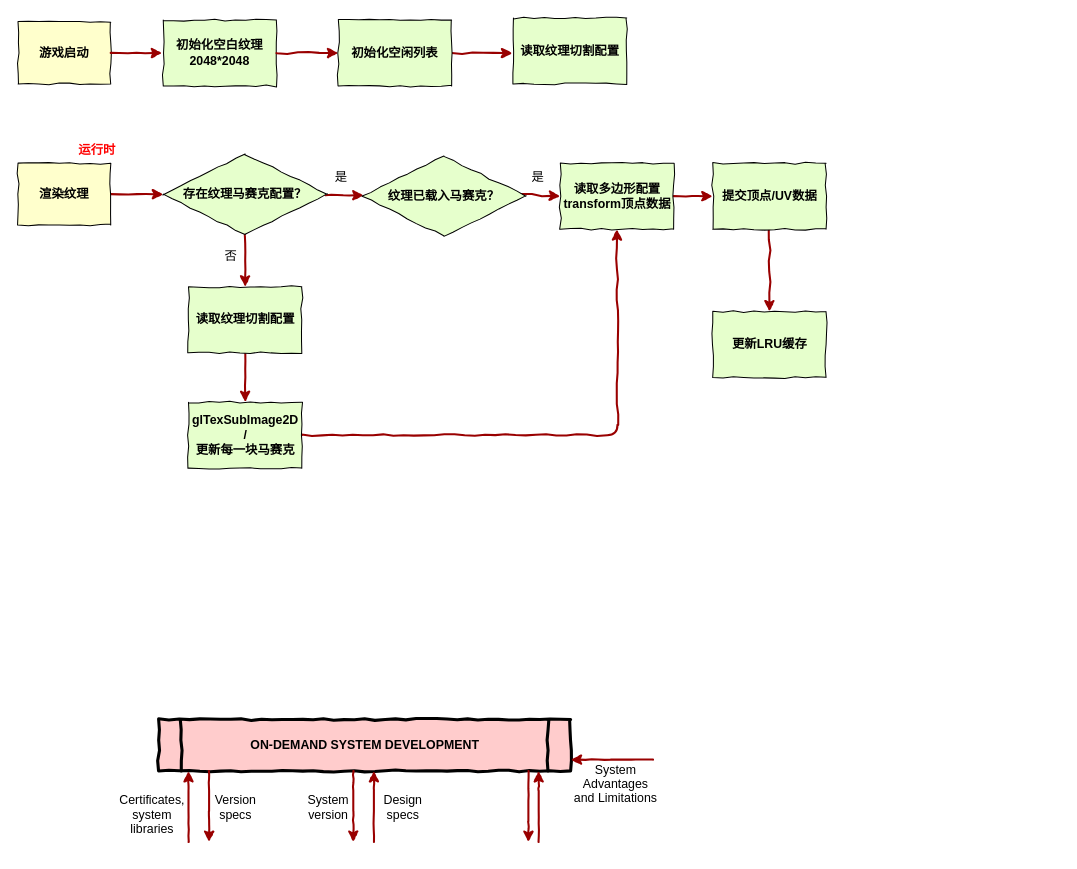
This is Untitled Diagram.drawio from imzoer/imzoer.github.io, a draw.io file, before an edit. Source tidied: cells renumbered, new cells numbered last; positions are measured from the earlier drawing's top-left corner, leaving out a move shared by most shapes. Both pictures are drawn from the tidied source at 103%, with x=0, y=0 at pixel (18, 18).
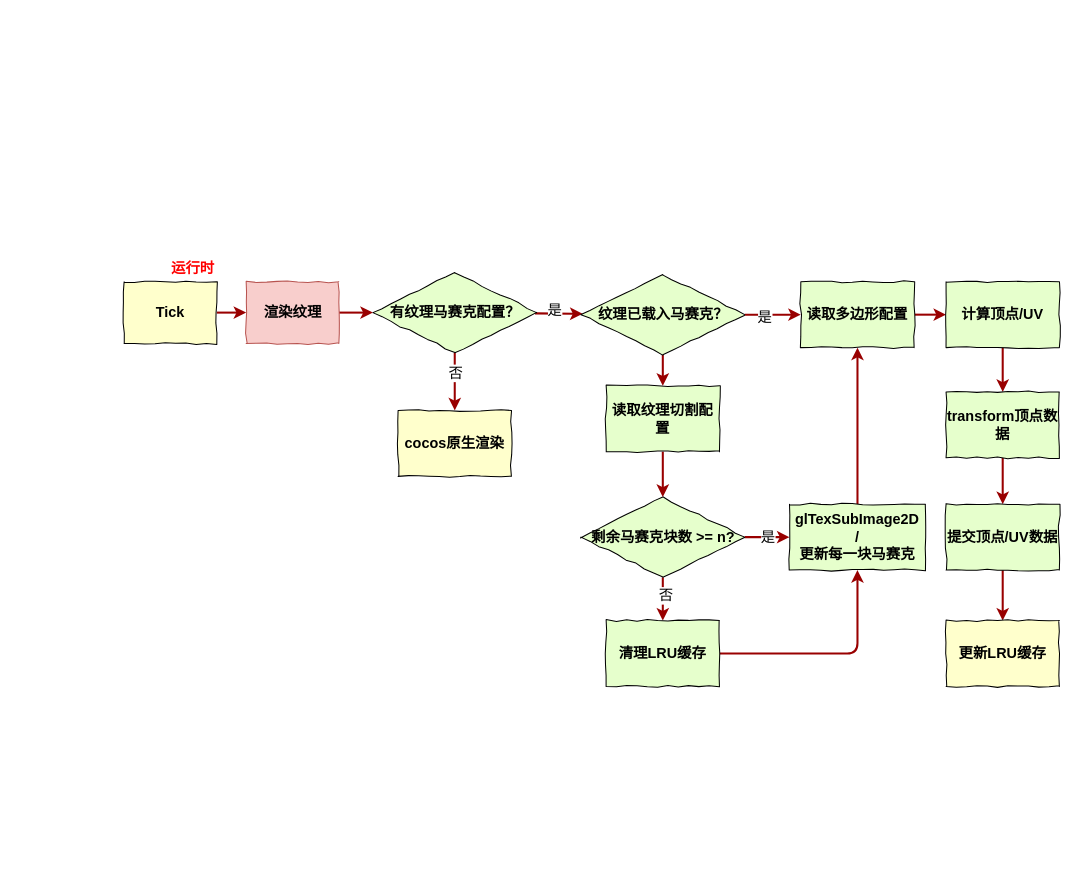
The same page after the edit.

What changed in the source:
```diff
@@
-    <mxCell id="2" value="初始化空白纹理&#10;2048*2048" style="rounded=0;shadow=0;comic=1;strokeColor=#000000;strokeWidth=1;fillColor=#ffffff;fontColor=#000000;fillColor=#E6FFCC;comic=1;fontStyle=1;whiteSpace=wrap;" parent="1" vertex="1">
-      <mxGeometry x="141" y="2" width="110" height="64" as="geometry" />
-    </mxCell>
-    <mxCell id="3" value="游戏启动" style="whiteSpace=wrap;align=center;verticalAlign=middle;fontStyle=1;strokeWidth=1;fillColor=#FFFFCC;comic=1;" parent="1" vertex="1">
-      <mxGeometry y="4" width="90" height="60" as="geometry" />
-    </mxCell>
-    <mxCell id="4" value="ON-DEMAND SYSTEM DEVELOPMENT" style="shape=process;whiteSpace=wrap;align=center;verticalAlign=middle;size=0.055;fontStyle=1;strokeWidth=3;fillColor=#FFCCCC;comic=1;" parent="1" vertex="1">
-      <mxGeometry x="136.5" y="681" width="400" height="50" as="geometry" />
-    </mxCell>
-    <mxCell id="5" style="edgeStyle=none;noEdgeStyle=1;strokeColor=#990000;strokeWidth=2;comic=1;" parent="1" edge="1" source="3">
-      <mxGeometry relative="1" as="geometry">
-        <mxPoint x="140" y="34" as="targetPoint" />
-      </mxGeometry>
-    </mxCell>
-    <mxCell id="6" style="edgeStyle=elbowEdgeStyle;elbow=vertical;strokeColor=#990000;strokeWidth=2;comic=1;" parent="1" edge="1" target="4">
-      <mxGeometry relative="1" as="geometry">
-        <mxPoint x="616.5" y="720" as="sourcePoint" />
-        <Array as="points">
-          <mxPoint x="585.5" y="720" />
-        </Array>
-      </mxGeometry>
-    </mxCell>
-    <mxCell id="7" value="System &#10;Advantages &#10;and Limitations" style="text;spacingTop=-5;align=center;comic=1;" parent="1" vertex="1">
-      <mxGeometry x="565.5" y="721" width="30" height="20" as="geometry" />
-    </mxCell>
-    <mxCell id="8" style="edgeStyle=elbowEdgeStyle;elbow=horizontal;strokeColor=#990000;strokeWidth=2;comic=1;" parent="1" edge="1" target="4">
-      <mxGeometry relative="1" as="geometry">
-        <mxPoint x="505.5" y="800" as="sourcePoint" />
-        <Array as="points">
-          <mxPoint x="505.5" y="760" />
-        </Array>
-      </mxGeometry>
-    </mxCell>
-    <mxCell id="9" style="edgeStyle=elbowEdgeStyle;elbow=horizontal;strokeColor=#990000;strokeWidth=2;comic=1;" parent="1" edge="1" source="4">
-      <mxGeometry relative="1" as="geometry">
-        <mxPoint x="495.5" y="800" as="targetPoint" />
-        <Array as="points">
-          <mxPoint x="495.5" y="770" />
-        </Array>
-      </mxGeometry>
-    </mxCell>
-    <mxCell id="10" style="edgeStyle=elbowEdgeStyle;elbow=horizontal;strokeColor=#990000;strokeWidth=2;comic=1;" parent="1" edge="1" source="4">
-      <mxGeometry relative="1" as="geometry">
-        <mxPoint x="325.5" y="800" as="targetPoint" />
-        <Array as="points">
-          <mxPoint x="325.5" y="760" />
-        </Array>
-      </mxGeometry>
-    </mxCell>
-    <mxCell id="11" style="edgeStyle=elbowEdgeStyle;elbow=horizontal;strokeColor=#990000;strokeWidth=2;comic=1;" parent="1" edge="1" target="4">
-      <mxGeometry relative="1" as="geometry">
-        <mxPoint x="345.5" y="800" as="sourcePoint" />
-        <Array as="points">
-          <mxPoint x="345.5" y="760" />
-        </Array>
-      </mxGeometry>
-    </mxCell>
-    <mxCell id="12" value="Version&#10;specs" style="text;spacingTop=-5;align=center;comic=1;" parent="1" vertex="1">
-      <mxGeometry x="196.5" y="751" width="30" height="20" as="geometry" />
-    </mxCell>
-    <mxCell id="13" value="Certificates,&#10;system&#10;libraries" style="text;spacingTop=-5;align=center;comic=1;" parent="1" vertex="1">
-      <mxGeometry x="115.5" y="751" width="30" height="20" as="geometry" />
-    </mxCell>
-    <mxCell id="14" style="edgeStyle=elbowEdgeStyle;elbow=horizontal;strokeColor=#990000;strokeWidth=2;comic=1;" parent="1" edge="1" source="4">
-      <mxGeometry relative="1" as="geometry">
-        <mxPoint x="185.5" y="800" as="targetPoint" />
-        <Array as="points">
-          <mxPoint x="185.5" y="760" />
-        </Array>
-      </mxGeometry>
-    </mxCell>
-    <mxCell id="15" style="edgeStyle=elbowEdgeStyle;elbow=horizontal;strokeColor=#990000;strokeWidth=2;comic=1;" parent="1" edge="1" target="4">
-      <mxGeometry relative="1" as="geometry">
-        <mxPoint x="165.5" y="800" as="sourcePoint" />
-        <Array as="points">
-          <mxPoint x="165.5" y="760" />
-        </Array>
-      </mxGeometry>
-    </mxCell>
-    <mxCell id="16" value="Design&#10;specs" style="text;spacingTop=-5;align=center;comic=1;" parent="1" vertex="1">
-      <mxGeometry x="359" y="751" width="30" height="20" as="geometry" />
-    </mxCell>
-    <mxCell id="17" value="System&#10;version" style="text;spacingTop=-5;align=center;comic=1;" parent="1" vertex="1">
-      <mxGeometry x="286.5" y="751" width="30" height="20" as="geometry" />
-    </mxCell>
-    <mxCell id="18" style="edgeStyle=none;noEdgeStyle=1;strokeColor=#990000;strokeWidth=2;exitX=1;exitY=0.5;exitDx=0;exitDy=0;comic=1;" parent="1" edge="1" source="2" target="20">
-      <mxGeometry relative="1" as="geometry" />
-    </mxCell>
-    <mxCell id="19" style="edgeStyle=none;jettySize=auto;html=1;exitX=1;exitY=0.5;exitDx=0;exitDy=0;strokeColor=#990000;strokeWidth=2;comic=1;" parent="1" edge="1" source="20">
-      <mxGeometry relative="1" as="geometry">
-        <mxPoint x="480" y="34" as="targetPoint" />
-      </mxGeometry>
-    </mxCell>
-    <mxCell id="20" value="初始化空闲列表" style="rounded=0;whiteSpace=wrap;shadow=0;comic=1;strokeColor=#000000;strokeWidth=1;fillColor=#ffffff;fontColor=#000000;fillColor=#E6FFCC;comic=1;fontStyle=1;" parent="1" vertex="1">
-      <mxGeometry x="311" y="2" width="110" height="64" as="geometry" />
-    </mxCell>
-    <mxCell id="21" value="读取纹理切割配置" style="rounded=0;whiteSpace=wrap;shadow=0;comic=1;strokeColor=#000000;strokeWidth=1;fillColor=#ffffff;fontColor=#000000;fillColor=#E6FFCC;comic=1;fontStyle=1;" parent="1" vertex="1">
-      <mxGeometry x="481" width="110" height="64" as="geometry" />
-    </mxCell>
-    <mxCell id="22" style="edgeStyle=none;orthogonalLoop=1;jettySize=auto;html=1;entryX=0;entryY=0.5;entryDx=0;entryDy=0;strokeColor=#990000;strokeWidth=2;comic=1;" parent="1" edge="1" source="21" target="21">
-      <mxGeometry relative="1" as="geometry" />
-    </mxCell>
-    <mxCell id="23" style="edgeStyle=none;jettySize=auto;html=1;exitX=0.5;exitY=0;exitDx=0;exitDy=0;strokeColor=#990000;strokeWidth=2;entryX=0;entryY=0.5;entryDx=0;entryDy=0;comic=1;" parent="1" edge="1" target="32">
-      <mxGeometry relative="1" as="geometry">
-        <mxPoint x="431.5" y="169" as="sourcePoint" />
-      </mxGeometry>
+    <mxCell id="23" style="edgeStyle=none;jettySize=auto;html=1;exitX=0.5;exitY=0;exitDx=0;exitDy=0;strokeColor=#990000;strokeWidth=2;entryX=0;entryY=0.5;entryDx=0;entryDy=0;comic=0;fontSize=14;" parent="1" edge="1" source="27" target="32">
+      <mxGeometry relative="1" as="geometry" />
     </mxCell>
-    <mxCell id="24" style="edgeStyle=none;jettySize=auto;html=1;strokeColor=#990000;strokeWidth=2;entryX=0.5;entryY=0;entryDx=0;entryDy=0;comic=1;" parent="1" edge="1" source="26" target="37">
-      <mxGeometry relative="1" as="geometry" />
-    </mxCell>
+    <mxCell id="43" value="是" style="text;html=1;align=center;verticalAlign=middle;labelBackgroundColor=#ffffff;fontColor=#000000;fontSize=14;" parent="23" vertex="1">
+      <mxGeometry x="-0.31" y="-2" relative="1" as="geometry" />
+    </mxCell>
-    <mxCell id="25" style="edgeStyle=none;jettySize=auto;html=1;strokeColor=#990000;strokeWidth=2;comic=1;" parent="1" edge="1" source="26" target="27">
+    <mxCell id="25" style="edgeStyle=none;jettySize=auto;html=1;strokeColor=#990000;strokeWidth=2;comic=0;fontSize=14;" parent="1" edge="1" source="26" target="27">
       <mxGeometry relative="1" as="geometry" />
     </mxCell>
+    <mxCell id="44" value="是" style="text;html=1;align=center;verticalAlign=middle;labelBackgroundColor=#ffffff;fontColor=#000000;fontSize=14;" parent="25" vertex="1">
+      <mxGeometry x="-0.19" y="3" relative="1" as="geometry" />
+    </mxCell>
+    <mxCell id="45" style="edgeStyle=none;comic=0;jettySize=auto;html=1;strokeColor=#990000;strokeWidth=2;fontColor=#000000;entryX=0.5;entryY=0;entryDx=0;entryDy=0;fontSize=14;" parent="1" edge="1" source="26" target="60">
+      <mxGeometry relative="1" as="geometry" />
+    </mxCell>
+    <mxCell id="46" value="否" style="text;html=1;align=center;verticalAlign=middle;labelBackgroundColor=#ffffff;fontColor=#000000;fontSize=14;" parent="45" vertex="1">
+      <mxGeometry x="-0.33" relative="1" as="geometry" />
+    </mxCell>
-    <mxCell id="26" value="存在纹理马赛克配置？" style="rhombus;whiteSpace=wrap;html=1;rotation=0;direction=south;fillColor=#E6FFCC;shadow=0;comic=1;fontStyle=1;" parent="1" vertex="1">
-      <mxGeometry x="141" y="132" width="159" height="78" as="geometry" />
+    <mxCell id="26" value="有纹理马赛克配置？" style="rhombus;whiteSpace=wrap;html=1;rotation=0;direction=south;fillColor=#E6FFCC;shadow=0;comic=1;fontStyle=1;fontSize=14;" parent="1" vertex="1">
+      <mxGeometry x="344.5" y="247" width="159" height="78" as="geometry" />
     </mxCell>
+    <mxCell id="47" style="edgeStyle=none;comic=0;jettySize=auto;html=1;strokeColor=#990000;strokeWidth=2;fontColor=#000000;entryX=0.5;entryY=0;entryDx=0;entryDy=0;fontSize=14;" parent="1" edge="1" source="27" target="37">
+      <mxGeometry relative="1" as="geometry" />
+    </mxCell>
-    <mxCell id="27" value="纹理已载入马赛克？" style="rhombus;whiteSpace=wrap;html=1;rotation=0;direction=south;fillColor=#E6FFCC;shadow=0;comic=1;fontStyle=1;" parent="1" vertex="1">
-      <mxGeometry x="334" y="134" width="159" height="78" as="geometry" />
+    <mxCell id="27" value="纹理已载入马赛克？" style="rhombus;whiteSpace=wrap;html=1;rotation=0;direction=south;fillColor=#E6FFCC;shadow=0;comic=1;fontStyle=1;fontSize=14;" parent="1" vertex="1">
+      <mxGeometry x="546.5" y="249" width="159" height="78" as="geometry" />
     </mxCell>
-    <mxCell id="28" style="edgeStyle=none;jettySize=auto;html=1;exitX=1;exitY=0.5;exitDx=0;exitDy=0;strokeColor=#990000;strokeWidth=2;entryX=0.5;entryY=1;entryDx=0;entryDy=0;comic=1;" parent="1" edge="1" source="29" target="26">
-      <mxGeometry relative="1" as="geometry" />
-    </mxCell>
+    <mxCell id="48" style="edgeStyle=none;comic=0;jettySize=auto;html=1;exitX=1;exitY=0.5;exitDx=0;exitDy=0;strokeColor=#990000;strokeWidth=2;fontColor=#000000;fontSize=14;" parent="1" edge="1" source="51" target="62">
+      <mxGeometry relative="1" as="geometry" />
+    </mxCell>
+    <mxCell id="49" value="否" style="text;html=1;align=center;verticalAlign=middle;labelBackgroundColor=#ffffff;fontColor=#000000;fontSize=14;" parent="48" vertex="1">
+      <mxGeometry x="-0.2" y="1" relative="1" as="geometry">
+        <mxPoint x="1" as="offset" />
+      </mxGeometry>
+    </mxCell>
+    <mxCell id="50" value="是" style="edgeStyle=none;comic=0;jettySize=auto;html=1;exitX=0.5;exitY=0;exitDx=0;exitDy=0;entryX=0;entryY=0.5;entryDx=0;entryDy=0;strokeColor=#990000;strokeWidth=2;fontColor=#000000;fontSize=14;" parent="1" edge="1" source="51" target="39">
+      <mxGeometry relative="1" as="geometry" />
+    </mxCell>
+    <mxCell id="51" value="剩余马赛克块数 &amp;gt;= n?" style="rhombus;whiteSpace=wrap;html=1;rotation=0;direction=south;fillColor=#E6FFCC;shadow=0;comic=1;fontStyle=1;fontSize=14;" parent="1" vertex="1">
+      <mxGeometry x="546.5" y="465" width="159" height="78" as="geometry" />
+    </mxCell>
+    <mxCell id="52" style="edgeStyle=none;comic=0;jettySize=auto;html=1;exitX=1;exitY=0.5;exitDx=0;exitDy=0;entryX=0;entryY=0.5;entryDx=0;entryDy=0;strokeColor=#990000;strokeWidth=2;fontColor=#000000;fontSize=14;" parent="1" edge="1" source="29" target="59">
+      <mxGeometry relative="1" as="geometry" />
+    </mxCell>
-    <mxCell id="29" value="渲染纹理" style="whiteSpace=wrap;align=center;verticalAlign=middle;fontStyle=1;strokeWidth=1;fillColor=#FFFFCC;comic=1;" parent="1" vertex="1">
-      <mxGeometry y="141" width="90" height="60" as="geometry" />
+    <mxCell id="29" value="Tick" style="whiteSpace=wrap;align=center;verticalAlign=middle;fontStyle=1;strokeWidth=1;fillColor=#FFFFCC;comic=1;fontSize=14;" parent="1" vertex="1">
+      <mxGeometry x="103" y="256" width="90" height="60" as="geometry" />
     </mxCell>
-    <mxCell id="30" value="运行时" style="text;html=1;comic=1;fontStyle=1;fontColor=#FF0000;" parent="1" vertex="1">
-      <mxGeometry x="57" y="115" width="60" height="30" as="geometry" />
+    <mxCell id="30" value="运行时" style="text;html=1;comic=1;fontStyle=1;fontColor=#FF0000;fontSize=14;" parent="1" vertex="1">
+      <mxGeometry x="147" y="228" width="60" height="30" as="geometry" />
     </mxCell>
-    <mxCell id="31" style="edgeStyle=none;jettySize=auto;html=1;strokeColor=#990000;strokeWidth=2;comic=1;" parent="1" edge="1" source="32" target="34">
+    <mxCell id="31" style="edgeStyle=none;jettySize=auto;html=1;strokeColor=#990000;strokeWidth=2;comic=0;fontSize=14;" parent="1" edge="1" source="32" target="34">
       <mxGeometry relative="1" as="geometry" />
     </mxCell>
-    <mxCell id="32" value="读取多边形配置&lt;br&gt;transform顶点数据" style="rounded=0;whiteSpace=wrap;html=1;shadow=0;comic=1;strokeColor=#000000;strokeWidth=1;fillColor=#ffffff;fontColor=#000000;fillColor=#E6FFCC;comic=1;fontStyle=1;" parent="1" vertex="1">
-      <mxGeometry x="526.5" y="141" width="110" height="64" as="geometry" />
+    <mxCell id="32" value="读取多边形配置&lt;br style=&quot;font-size: 14px;&quot;&gt;" style="rounded=0;whiteSpace=wrap;html=1;shadow=0;comic=1;strokeColor=#000000;strokeWidth=1;fillColor=#ffffff;fontColor=#000000;fillColor=#E6FFCC;comic=1;fontStyle=1;fontSize=14;" parent="1" vertex="1">
+      <mxGeometry x="760" y="256" width="110" height="64" as="geometry" />
     </mxCell>
-    <mxCell id="33" style="edgeStyle=none;jettySize=auto;html=1;strokeColor=#990000;strokeWidth=2;comic=1;" parent="1" edge="1" source="34" target="35">
+    <mxCell id="33" style="edgeStyle=none;jettySize=auto;html=1;strokeColor=#990000;strokeWidth=2;comic=0;exitX=0.5;exitY=1;exitDx=0;exitDy=0;fontSize=14;" parent="1" edge="1" source="56" target="35">
       <mxGeometry relative="1" as="geometry" />
     </mxCell>
+    <mxCell id="53" style="edgeStyle=none;comic=0;jettySize=auto;html=1;strokeColor=#990000;strokeWidth=2;fontColor=#000000;fontSize=14;" parent="1" edge="1" source="34" target="55">
+      <mxGeometry relative="1" as="geometry" />
+    </mxCell>
-    <mxCell id="34" value="提交顶点/UV数据" style="rounded=0;whiteSpace=wrap;html=1;shadow=0;comic=1;strokeColor=#000000;strokeWidth=1;fillColor=#ffffff;fontColor=#000000;fillColor=#E6FFCC;comic=1;fontStyle=1;" parent="1" vertex="1">
-      <mxGeometry x="674.5" y="141" width="110" height="64" as="geometry" />
+    <mxCell id="34" value="计算顶点/UV" style="rounded=0;whiteSpace=wrap;html=1;shadow=0;comic=1;strokeColor=#000000;strokeWidth=1;fillColor=#ffffff;fontColor=#000000;fillColor=#E6FFCC;comic=1;fontStyle=1;fontSize=14;" parent="1" vertex="1">
+      <mxGeometry x="901" y="256" width="110" height="64" as="geometry" />
     </mxCell>
+    <mxCell id="54" style="edgeStyle=none;comic=0;jettySize=auto;html=1;strokeColor=#990000;strokeWidth=2;fontColor=#000000;fontSize=14;" parent="1" edge="1" source="55" target="56">
+      <mxGeometry relative="1" as="geometry" />
+    </mxCell>
+    <mxCell id="55" value="transform顶点数据" style="rounded=0;whiteSpace=wrap;html=1;shadow=0;comic=1;strokeColor=#000000;strokeWidth=1;fillColor=#ffffff;fontColor=#000000;fillColor=#E6FFCC;comic=1;fontStyle=1;fontSize=14;" parent="1" vertex="1">
+      <mxGeometry x="901" y="363" width="110" height="64" as="geometry" />
+    </mxCell>
+    <mxCell id="56" value="提交顶点/UV数据" style="rounded=0;whiteSpace=wrap;html=1;shadow=0;comic=1;strokeColor=#000000;strokeWidth=1;fillColor=#ffffff;fontColor=#000000;fillColor=#E6FFCC;comic=1;fontStyle=1;fontSize=14;" parent="1" vertex="1">
+      <mxGeometry x="901" y="472" width="110" height="64" as="geometry" />
+    </mxCell>
-    <mxCell id="35" value="更新LRU缓存" style="rounded=0;whiteSpace=wrap;html=1;shadow=0;comic=1;strokeColor=#000000;strokeWidth=1;fillColor=#ffffff;fontColor=#000000;fillColor=#E6FFCC;comic=1;fontStyle=1;" parent="1" vertex="1">
-      <mxGeometry x="674.5" y="285" width="110" height="64" as="geometry" />
+    <mxCell id="35" value="更新LRU缓存" style="rounded=0;whiteSpace=wrap;html=1;shadow=0;comic=1;strokeColor=#000000;strokeWidth=1;fillColor=#ffffff;fontColor=#000000;fillColor=#FFFFCC;comic=1;fontStyle=1;fontSize=14;" parent="1" vertex="1">
+      <mxGeometry x="901" y="585" width="110" height="64" as="geometry" />
     </mxCell>
-    <mxCell id="36" style="edgeStyle=none;jettySize=auto;html=1;exitX=0.5;exitY=1;exitDx=0;exitDy=0;strokeColor=#990000;strokeWidth=2;entryX=0.5;entryY=0;entryDx=0;entryDy=0;comic=1;" parent="1" edge="1" source="37" target="39">
-      <mxGeometry relative="1" as="geometry" />
-    </mxCell>
+    <mxCell id="57" style="edgeStyle=none;comic=0;jettySize=auto;html=1;exitX=0.5;exitY=1;exitDx=0;exitDy=0;strokeColor=#990000;strokeWidth=2;fontColor=#000000;fontSize=14;" parent="1" edge="1" source="37" target="51">
+      <mxGeometry relative="1" as="geometry" />
+    </mxCell>
-    <mxCell id="37" value="读取纹理切割配置" style="rounded=0;whiteSpace=wrap;html=1;shadow=0;comic=1;strokeColor=#000000;strokeWidth=1;fillColor=#ffffff;fontColor=#000000;fillColor=#E6FFCC;comic=1;fontStyle=1;" parent="1" vertex="1">
-      <mxGeometry x="165.5" y="261" width="110" height="64" as="geometry" />
+    <mxCell id="37" value="读取纹理切割配置" style="rounded=0;whiteSpace=wrap;html=1;shadow=0;comic=1;strokeColor=#000000;strokeWidth=1;fillColor=#ffffff;fontColor=#000000;fillColor=#E6FFCC;comic=1;fontStyle=1;fontSize=14;" parent="1" vertex="1">
+      <mxGeometry x="571" y="357" width="110" height="64" as="geometry" />
     </mxCell>
-    <mxCell id="38" style="edgeStyle=none;jettySize=auto;html=1;strokeColor=#990000;strokeWidth=2;entryX=0.5;entryY=1;entryDx=0;entryDy=0;comic=1;" parent="1" edge="1" source="39" target="32">
-      <mxGeometry relative="1" as="geometry">
-        <Array as="points">
-          <mxPoint x="582" y="405" />
-        </Array>
-      </mxGeometry>
+    <mxCell id="38" style="edgeStyle=none;comic=0;jettySize=auto;html=1;exitX=0.5;exitY=0;exitDx=0;exitDy=0;entryX=0.5;entryY=1;entryDx=0;entryDy=0;strokeColor=#990000;strokeWidth=2;fontColor=#000000;fontSize=14;" parent="1" edge="1" source="39" target="32">
+      <mxGeometry relative="1" as="geometry" />
     </mxCell>
-    <mxCell id="39" value="glTexSubImage2D&lt;br&gt;/&lt;br&gt;更新每一块马赛克" style="rounded=0;whiteSpace=wrap;html=1;shadow=0;comic=1;strokeColor=#000000;strokeWidth=1;fillColor=#ffffff;fontColor=#000000;fillColor=#E6FFCC;comic=1;fontStyle=1;" parent="1" vertex="1">
-      <mxGeometry x="165.5" y="373" width="110" height="64" as="geometry" />
+    <mxCell id="39" value="glTexSubImage2D&lt;br style=&quot;font-size: 14px;&quot;&gt;/&lt;br style=&quot;font-size: 14px;&quot;&gt;更新每一块马赛克" style="rounded=0;whiteSpace=wrap;html=1;shadow=0;comic=1;strokeColor=#000000;strokeWidth=1;fillColor=#ffffff;fontColor=#000000;fillColor=#E6FFCC;comic=1;fontStyle=1;fontSize=14;" parent="1" vertex="1">
+      <mxGeometry x="749" y="472" width="132" height="64" as="geometry" />
     </mxCell>
-    <mxCell id="40" value="是" style="text;html=1;strokeColor=none;fillColor=none;align=center;verticalAlign=middle;whiteSpace=wrap;rounded=0;shadow=0;comic=1;fontColor=#000000;" parent="1" vertex="1">
-      <mxGeometry x="485" y="145" width="40" height="20" as="geometry" />
-    </mxCell>
-    <mxCell id="41" value="否" style="text;html=1;strokeColor=none;fillColor=none;align=center;verticalAlign=middle;whiteSpace=wrap;rounded=0;shadow=0;comic=1;fontColor=#000000;" parent="1" vertex="1">
-      <mxGeometry x="186.5" y="221" width="40" height="20" as="geometry" />
-    </mxCell>
-    <mxCell id="42" value="是" style="text;html=1;strokeColor=none;fillColor=none;align=center;verticalAlign=middle;whiteSpace=wrap;rounded=0;shadow=0;comic=1;fontColor=#000000;" parent="1" vertex="1">
-      <mxGeometry x="293.5" y="145" width="40" height="20" as="geometry" />
-    </mxCell>
+    <mxCell id="58" style="edgeStyle=none;comic=0;jettySize=auto;html=1;exitX=1;exitY=0.5;exitDx=0;exitDy=0;entryX=0.5;entryY=1;entryDx=0;entryDy=0;strokeColor=#990000;strokeWidth=2;fontColor=#000000;fontSize=14;" parent="1" edge="1" source="59" target="26">
+      <mxGeometry relative="1" as="geometry" />
+    </mxCell>
+    <mxCell id="59" value="渲染纹理" style="whiteSpace=wrap;align=center;verticalAlign=middle;fontStyle=1;strokeWidth=1;fillColor=#f8cecc;comic=1;strokeColor=#b85450;fontSize=14;" parent="1" vertex="1">
+      <mxGeometry x="221.5" y="256" width="90" height="60" as="geometry" />
+    </mxCell>
+    <mxCell id="60" value="cocos原生渲染" style="rounded=0;whiteSpace=wrap;html=1;shadow=0;comic=1;strokeColor=#000000;strokeWidth=1;fillColor=#FFFFCC;fontColor=#000000;fillColor=#FFFFCC;comic=1;fontStyle=1;fontSize=14;" parent="1" vertex="1">
+      <mxGeometry x="369" y="381" width="110" height="64" as="geometry" />
+    </mxCell>
+    <mxCell id="61" style="edgeStyle=none;comic=0;jettySize=auto;html=1;exitX=1;exitY=0.5;exitDx=0;exitDy=0;entryX=0.5;entryY=1;entryDx=0;entryDy=0;strokeColor=#990000;strokeWidth=2;fontColor=#000000;fontSize=14;" parent="1" edge="1" source="62" target="39">
+      <mxGeometry relative="1" as="geometry">
+        <Array as="points">
+          <mxPoint x="815" y="617" />
+        </Array>
+      </mxGeometry>
+    </mxCell>
+    <mxCell id="62" value="清理LRU缓存" style="rounded=0;whiteSpace=wrap;html=1;shadow=0;comic=1;strokeColor=#000000;strokeWidth=1;fillColor=#ffffff;fontColor=#000000;fillColor=#E6FFCC;comic=1;fontStyle=1;fontSize=14;" parent="1" vertex="1">
+      <mxGeometry x="571" y="585" width="110" height="64" as="geometry" />
+    </mxCell>
```
